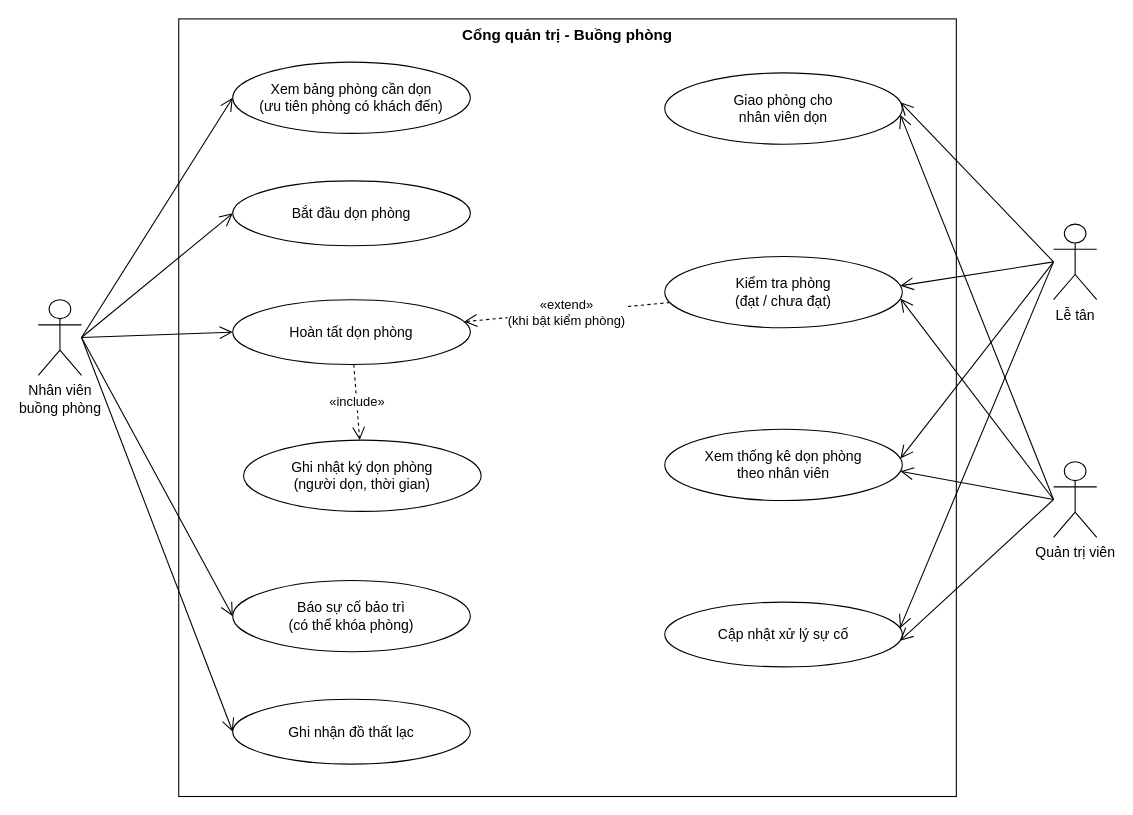
Above: docs/use-case/uc6-don-kiem-phong.drawio in ngynquchn2511/beach-hotel (draw.io), before the change. Source tidied: cells renumbered, new cells numbered last; positions are measured from the earlier drawing's top-left corner, leaving out a move shared by most shapes. Both pictures are drawn from the tidied source at 108%, with x=0, y=0 at pixel (38, 18).
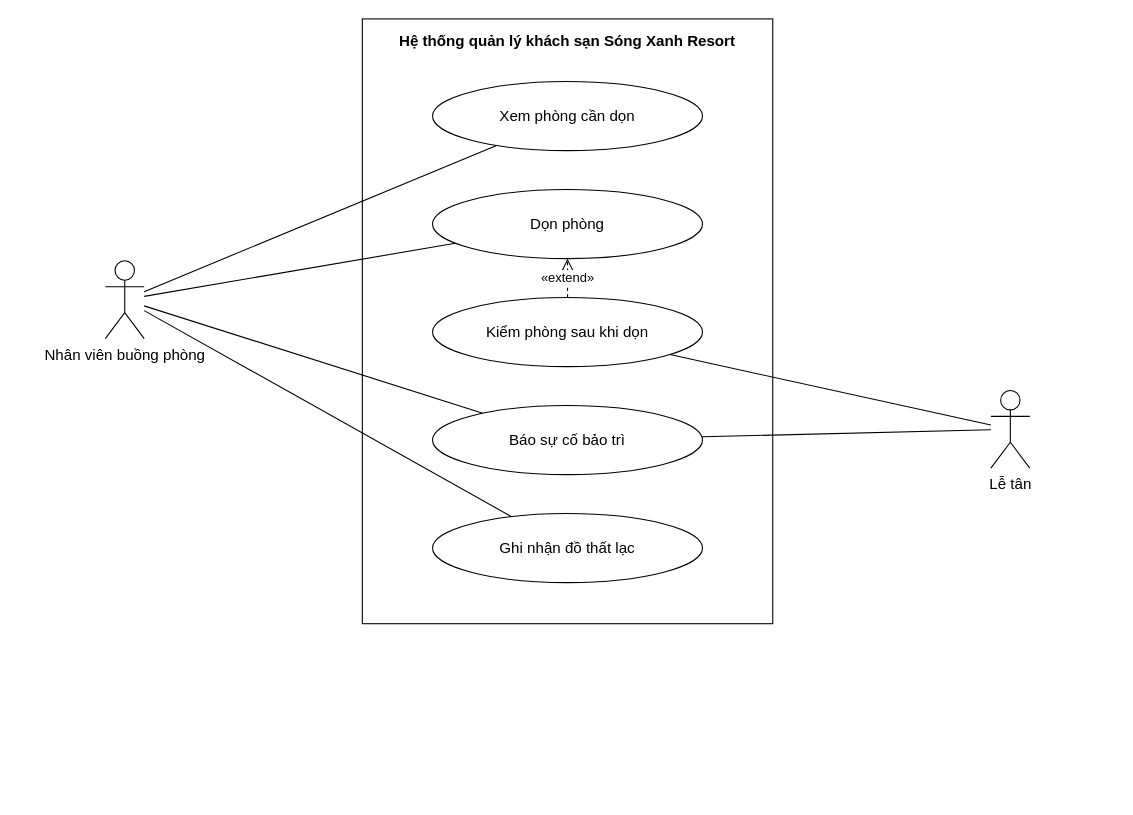
The same diagram, later.

Diff of the diagram source:
```diff
@@
-<mxGraphModel>
+<mxGraphModel background="#FFFFFF">
@@
-    <mxCell id="2" value="Cổng quản trị - Buồng phòng" style="rounded=0;whiteSpace=wrap;html=1;verticalAlign=top;fontStyle=1;fontSize=14;fillColor=none;strokeColor=#000000;" parent="1" vertex="1">
-      <mxGeometry x="130" width="720" height="720" as="geometry" />
-    </mxCell>
+    <mxCell id="31" value="Hệ thống quản lý khách sạn Sóng Xanh Resort" style="fontFamily=Arial;fontColor=#000000;rounded=0;whiteSpace=wrap;html=1;verticalAlign=top;fontStyle=1;fontSize=14;fillColor=none;strokeColor=#000000;spacingTop=6;" parent="1" vertex="1">
+      <mxGeometry x="300" width="380" height="560" as="geometry" />
+    </mxCell>
+    <mxCell id="32" value="Xem phòng cần dọn" style="fontFamily=Arial;fontColor=#000000;ellipse;whiteSpace=wrap;html=1;fillColor=#FFFFFF;strokeColor=#000000;fontSize=14;" parent="1" vertex="1">
+      <mxGeometry x="365" y="58" width="250" height="64" as="geometry" />
+    </mxCell>
+    <mxCell id="33" value="Dọn phòng" style="fontFamily=Arial;fontColor=#000000;ellipse;whiteSpace=wrap;html=1;fillColor=#FFFFFF;strokeColor=#000000;fontSize=14;" parent="1" vertex="1">
+      <mxGeometry x="365" y="158" width="250" height="64" as="geometry" />
+    </mxCell>
+    <mxCell id="34" value="Kiểm phòng sau khi dọn" style="fontFamily=Arial;fontColor=#000000;ellipse;whiteSpace=wrap;html=1;fillColor=#FFFFFF;strokeColor=#000000;fontSize=14;" parent="1" vertex="1">
+      <mxGeometry x="365" y="258" width="250" height="64" as="geometry" />
+    </mxCell>
+    <mxCell id="35" value="Báo sự cố bảo trì" style="fontFamily=Arial;fontColor=#000000;ellipse;whiteSpace=wrap;html=1;fillColor=#FFFFFF;strokeColor=#000000;fontSize=14;" parent="1" vertex="1">
+      <mxGeometry x="365" y="358" width="250" height="64" as="geometry" />
+    </mxCell>
+    <mxCell id="11" value="Ghi nhận đồ thất lạc" style="fontFamily=Arial;fontColor=#000000;ellipse;whiteSpace=wrap;html=1;fillColor=#FFFFFF;strokeColor=#000000;fontSize=14;" parent="1" vertex="1">
+      <mxGeometry x="365" y="458" width="250" height="64" as="geometry" />
+    </mxCell>
-    <mxCell id="3" value="Nhân viên&lt;br&gt;buồng phòng" style="shape=umlActor;verticalLabelPosition=bottom;verticalAlign=top;html=1;outlineConnect=0;fillColor=#FFFFFF;strokeColor=#000000;fontSize=13;" parent="1" vertex="1">
-      <mxGeometry y="260" width="40" height="70" as="geometry" />
+    <mxCell id="3" value="Nhân viên buồng phòng" style="fontFamily=Arial;fontColor=#000000;shape=umlActor;verticalLabelPosition=bottom;verticalAlign=top;html=1;outlineConnect=0;fillColor=#FFFFFF;strokeColor=#000000;fontSize=14;" parent="1" vertex="1">
+      <mxGeometry x="62" y="224" width="36" height="72" as="geometry" />
     </mxCell>
-    <mxCell id="4" value="Lễ tân" style="shape=umlActor;verticalLabelPosition=bottom;verticalAlign=top;html=1;outlineConnect=0;fillColor=#FFFFFF;strokeColor=#000000;fontSize=13;" parent="1" vertex="1">
-      <mxGeometry x="940" y="190" width="40" height="70" as="geometry" />
+    <mxCell id="4" value="Lễ tân" style="fontFamily=Arial;fontColor=#000000;shape=umlActor;verticalLabelPosition=bottom;verticalAlign=top;html=1;outlineConnect=0;fillColor=#FFFFFF;strokeColor=#000000;fontSize=14;" parent="1" vertex="1">
+      <mxGeometry x="882" y="344" width="36" height="72" as="geometry" />
     </mxCell>
-    <mxCell id="5" value="Quản trị viên" style="shape=umlActor;verticalLabelPosition=bottom;verticalAlign=top;html=1;outlineConnect=0;fillColor=#FFFFFF;strokeColor=#000000;fontSize=13;" parent="1" vertex="1">
-      <mxGeometry x="940" y="410" width="40" height="70" as="geometry" />
-    </mxCell>
-    <mxCell id="6" value="Xem bảng phòng cần dọn&lt;br&gt;(ưu tiên phòng có khách đến)" style="ellipse;whiteSpace=wrap;html=1;fillColor=#FFFFFF;strokeColor=#000000;fontSize=13;" parent="1" vertex="1">
-      <mxGeometry x="180" y="40" width="220" height="66" as="geometry" />
-    </mxCell>
-    <mxCell id="7" value="Bắt đầu dọn phòng" style="ellipse;whiteSpace=wrap;html=1;fillColor=#FFFFFF;strokeColor=#000000;fontSize=13;" parent="1" vertex="1">
-      <mxGeometry x="180" y="150" width="220" height="60" as="geometry" />
-    </mxCell>
-    <mxCell id="8" value="Hoàn tất dọn phòng" style="ellipse;whiteSpace=wrap;html=1;fillColor=#FFFFFF;strokeColor=#000000;fontSize=13;" parent="1" vertex="1">
-      <mxGeometry x="180" y="260" width="220" height="60" as="geometry" />
-    </mxCell>
-    <mxCell id="9" value="Ghi nhật ký dọn phòng&lt;br&gt;(người dọn, thời gian)" style="ellipse;whiteSpace=wrap;html=1;fillColor=#FFFFFF;strokeColor=#000000;fontSize=13;" parent="1" vertex="1">
-      <mxGeometry x="190" y="390" width="220" height="66" as="geometry" />
-    </mxCell>
-    <mxCell id="10" value="Báo sự cố bảo trì&lt;br&gt;(có thể khóa phòng)" style="ellipse;whiteSpace=wrap;html=1;fillColor=#FFFFFF;strokeColor=#000000;fontSize=13;" parent="1" vertex="1">
-      <mxGeometry x="180" y="520" width="220" height="66" as="geometry" />
-    </mxCell>
-    <mxCell id="11" value="Ghi nhận đồ thất lạc" style="ellipse;whiteSpace=wrap;html=1;fillColor=#FFFFFF;strokeColor=#000000;fontSize=13;" parent="1" vertex="1">
-      <mxGeometry x="180" y="630" width="220" height="60" as="geometry" />
-    </mxCell>
-    <mxCell id="12" value="Giao phòng cho&lt;br&gt;nhân viên dọn" style="ellipse;whiteSpace=wrap;html=1;fillColor=#FFFFFF;strokeColor=#000000;fontSize=13;" parent="1" vertex="1">
-      <mxGeometry x="580" y="50" width="220" height="66" as="geometry" />
-    </mxCell>
-    <mxCell id="13" value="Kiểm tra phòng&lt;br&gt;(đạt / chưa đạt)" style="ellipse;whiteSpace=wrap;html=1;fillColor=#FFFFFF;strokeColor=#000000;fontSize=13;" parent="1" vertex="1">
-      <mxGeometry x="580" y="220" width="220" height="66" as="geometry" />
-    </mxCell>
-    <mxCell id="14" value="Xem thống kê dọn phòng&lt;br&gt;theo nhân viên" style="ellipse;whiteSpace=wrap;html=1;fillColor=#FFFFFF;strokeColor=#000000;fontSize=13;" parent="1" vertex="1">
-      <mxGeometry x="580" y="380" width="220" height="66" as="geometry" />
-    </mxCell>
-    <mxCell id="15" value="Cập nhật xử lý sự cố" style="ellipse;whiteSpace=wrap;html=1;fillColor=#FFFFFF;strokeColor=#000000;fontSize=13;" parent="1" vertex="1">
-      <mxGeometry x="580" y="540" width="220" height="60" as="geometry" />
-    </mxCell>
-    <mxCell id="16" style="endArrow=open;endSize=10;html=1;strokeColor=#000000;entryX=0;entryY=0.5;entryDx=0;entryDy=0;exitX=1;exitY=0.5;exitPerimeter=0;" parent="1" edge="1" source="3" target="6">
-      <mxGeometry relative="1" as="geometry" />
-    </mxCell>
-    <mxCell id="17" style="endArrow=open;endSize=10;html=1;strokeColor=#000000;entryX=0;entryY=0.5;entryDx=0;entryDy=0;exitX=1;exitY=0.5;exitPerimeter=0;" parent="1" edge="1" source="3" target="7">
-      <mxGeometry relative="1" as="geometry" />
-    </mxCell>
-    <mxCell id="18" style="endArrow=open;endSize=10;html=1;strokeColor=#000000;entryX=0;entryY=0.5;entryDx=0;entryDy=0;exitX=1;exitY=0.5;exitPerimeter=0;" parent="1" edge="1" source="3" target="8">
-      <mxGeometry relative="1" as="geometry" />
-    </mxCell>
-    <mxCell id="19" style="endArrow=open;endSize=10;html=1;strokeColor=#000000;entryX=0;entryY=0.5;entryDx=0;entryDy=0;exitX=1;exitY=0.5;exitPerimeter=0;" parent="1" edge="1" source="3" target="10">
-      <mxGeometry relative="1" as="geometry" />
-    </mxCell>
+    <mxCell id="36" style="fontFamily=Arial;fontColor=#000000;endArrow=none;html=1;strokeColor=#000000;rounded=0;" parent="1" edge="1" source="3" target="32">
+      <mxGeometry relative="1" as="geometry" />
+    </mxCell>
+    <mxCell id="37" style="fontFamily=Arial;fontColor=#000000;endArrow=none;html=1;strokeColor=#000000;rounded=0;" parent="1" edge="1" source="3" target="33">
+      <mxGeometry relative="1" as="geometry" />
+    </mxCell>
+    <mxCell id="38" style="fontFamily=Arial;fontColor=#000000;endArrow=none;html=1;strokeColor=#000000;rounded=0;" parent="1" edge="1" source="3" target="35">
+      <mxGeometry relative="1" as="geometry" />
+    </mxCell>
-    <mxCell id="20" style="endArrow=open;endSize=10;html=1;strokeColor=#000000;entryX=0;entryY=0.5;entryDx=0;entryDy=0;exitX=1;exitY=0.5;exitPerimeter=0;" parent="1" edge="1" source="3" target="11">
+    <mxCell id="20" style="fontFamily=Arial;fontColor=#000000;endArrow=none;html=1;strokeColor=#000000;rounded=0;" parent="1" edge="1" source="3" target="11">
       <mxGeometry relative="1" as="geometry" />
     </mxCell>
-    <mxCell id="21" style="endArrow=open;endSize=10;html=1;strokeColor=#000000;entryX=1;entryY=0.4;entryDx=0;entryDy=0;exitX=0;exitY=0.5;exitPerimeter=0;" parent="1" edge="1" source="4" target="12">
-      <mxGeometry relative="1" as="geometry" />
-    </mxCell>
-    <mxCell id="22" style="endArrow=open;endSize=10;html=1;strokeColor=#000000;entryX=1;entryY=0.6;entryDx=0;entryDy=0;exitX=0;exitY=0.5;exitPerimeter=0;" parent="1" edge="1" source="5" target="12">
-      <mxGeometry relative="1" as="geometry" />
-    </mxCell>
-    <mxCell id="23" style="endArrow=open;endSize=10;html=1;strokeColor=#000000;entryX=1;entryY=0.4;entryDx=0;entryDy=0;exitX=0;exitY=0.5;exitPerimeter=0;" parent="1" edge="1" source="4" target="13">
-      <mxGeometry relative="1" as="geometry" />
-    </mxCell>
-    <mxCell id="24" style="endArrow=open;endSize=10;html=1;strokeColor=#000000;entryX=1;entryY=0.6;entryDx=0;entryDy=0;exitX=0;exitY=0.5;exitPerimeter=0;" parent="1" edge="1" source="5" target="13">
-      <mxGeometry relative="1" as="geometry" />
-    </mxCell>
-    <mxCell id="25" style="endArrow=open;endSize=10;html=1;strokeColor=#000000;entryX=1;entryY=0.4;entryDx=0;entryDy=0;exitX=0;exitY=0.5;exitPerimeter=0;" parent="1" edge="1" source="4" target="14">
-      <mxGeometry relative="1" as="geometry" />
-    </mxCell>
-    <mxCell id="26" style="endArrow=open;endSize=10;html=1;strokeColor=#000000;entryX=1;entryY=0.6;entryDx=0;entryDy=0;exitX=0;exitY=0.5;exitPerimeter=0;" parent="1" edge="1" source="5" target="14">
-      <mxGeometry relative="1" as="geometry" />
-    </mxCell>
-    <mxCell id="27" style="endArrow=open;endSize=10;html=1;strokeColor=#000000;entryX=1;entryY=0.4;entryDx=0;entryDy=0;exitX=0;exitY=0.5;exitPerimeter=0;" parent="1" edge="1" source="4" target="15">
-      <mxGeometry relative="1" as="geometry" />
-    </mxCell>
-    <mxCell id="28" style="endArrow=open;endSize=10;html=1;strokeColor=#000000;entryX=1;entryY=0.6;entryDx=0;entryDy=0;exitX=0;exitY=0.5;exitPerimeter=0;" parent="1" edge="1" source="5" target="15">
-      <mxGeometry relative="1" as="geometry" />
-    </mxCell>
-    <mxCell id="29" value="«include»" style="endArrow=open;endSize=10;dashed=1;html=1;strokeColor=#000000;fontSize=12;labelBackgroundColor=#FFFFFF;" parent="1" edge="1" source="8" target="9">
-      <mxGeometry relative="1" as="geometry" />
-    </mxCell>
-    <mxCell id="30" value="«extend»&lt;br&gt;(khi bật kiểm phòng)" style="endArrow=open;endSize=10;dashed=1;html=1;strokeColor=#000000;fontSize=12;labelBackgroundColor=#FFFFFF;" parent="1" edge="1" source="13" target="8">
-      <mxGeometry relative="1" as="geometry" />
-    </mxCell>
+    <mxCell id="39" style="fontFamily=Arial;fontColor=#000000;endArrow=none;html=1;strokeColor=#000000;rounded=0;" parent="1" edge="1" source="4" target="34">
+      <mxGeometry relative="1" as="geometry" />
+    </mxCell>
+    <mxCell id="40" style="fontFamily=Arial;fontColor=#000000;endArrow=none;html=1;strokeColor=#000000;rounded=0;" parent="1" edge="1" source="4" target="35">
+      <mxGeometry relative="1" as="geometry" />
+    </mxCell>
+    <mxCell id="41" value="«extend»" style="fontFamily=Arial;fontColor=#000000;endArrow=open;endSize=10;dashed=1;html=1;strokeColor=#000000;rounded=0;fontSize=12;labelBackgroundColor=#FFFFFF;exitX=0.5;exitY=0;exitDx=0;exitDy=0;exitPerimeter=0;entryX=0.5;entryY=1;entryDx=0;entryDy=0;entryPerimeter=0;" parent="1" edge="1" source="34" target="33">
+      <mxGeometry relative="1" as="geometry" />
+    </mxCell>
```
